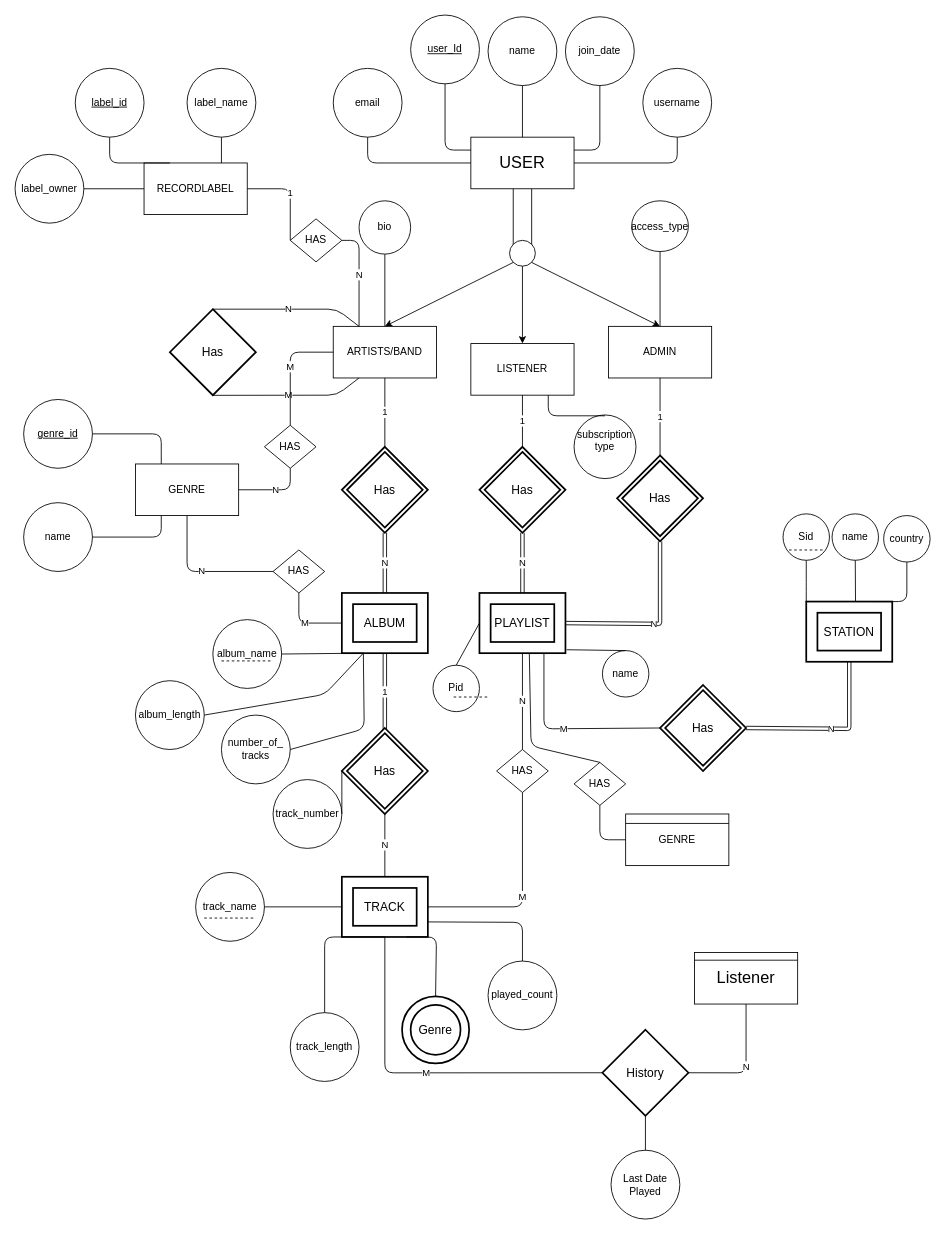
Before: Untitled Diagram.drawio in Arianshh/Music_Database, a draw.io diagram. Source tidied: cells renumbered, new cells numbered last; positions are measured from the earlier drawing's top-left corner, leaving out a move shared by most shapes. Both pictures are drawn from the tidied source at 86%, with x=0, y=0 at pixel (15, 15).
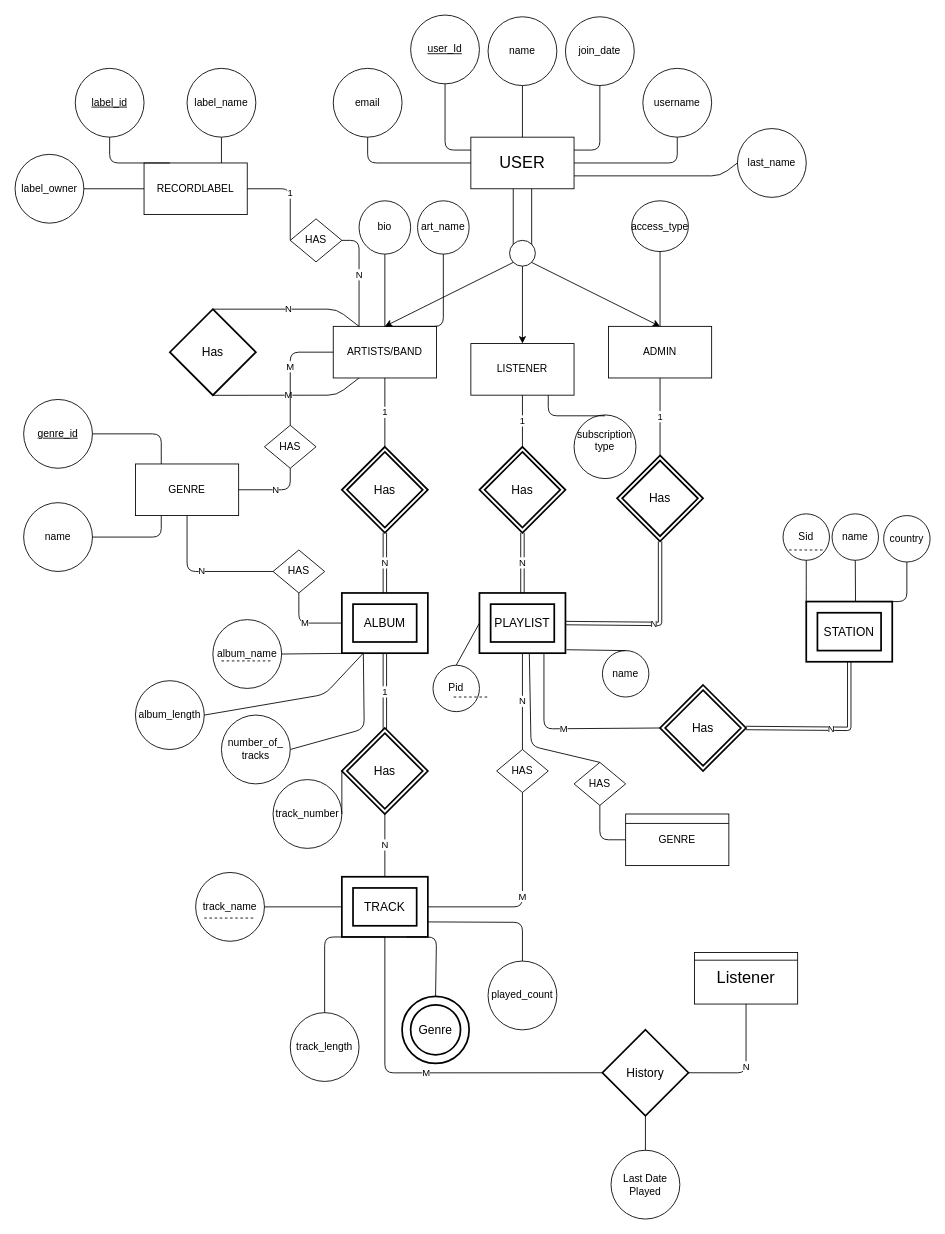
The same diagram, later.

The change refers to these unchanged cells:
```xml
<mxCell id="2" value="&lt;font style=&quot;font-size: 19px&quot;&gt;USER&lt;/font&gt;" style="rounded=0;whiteSpace=wrap;html=1;" parent="1" vertex="1">
  <mxGeometry x="530" y="142" width="120" height="60" as="geometry" />
</mxCell>
<mxCell id="8" value="ARTISTS/BAND" style="rounded=0;whiteSpace=wrap;html=1;" parent="1" vertex="1">
  <mxGeometry x="370" y="362" width="120" height="60" as="geometry" />
</mxCell>
```

The edit, as a diff of the source:
```diff
@@
+    <mxCell id="115" value="last_name&lt;br&gt;" style="ellipse;whiteSpace=wrap;html=1;" parent="1" vertex="1">
+      <mxGeometry x="840" y="132" width="80" height="80" as="geometry" />
+    </mxCell>
+    <mxCell id="116" style="endArrow=none;html=1;entryX=0;entryY=0.5;entryDx=0;entryDy=0;exitX=1;exitY=0.75;exitDx=0;exitDy=0;" parent="1" edge="1" source="2" target="115">
+      <mxGeometry relative="1" as="geometry">
+        <Array as="points">
+          <mxPoint x="820" y="187" />
+        </Array>
+      </mxGeometry>
+    </mxCell>
+    <mxCell id="117" value="art_name&lt;br&gt;" style="ellipse;whiteSpace=wrap;html=1;" parent="1" vertex="1">
+      <mxGeometry x="468" y="216" width="60" height="62" as="geometry" />
+    </mxCell>
+    <mxCell id="118" style="endArrow=none;html=1;entryX=0.5;entryY=1;entryDx=0;entryDy=0;exitX=0.5;exitY=0;exitDx=0;exitDy=0;" parent="1" edge="1" source="8" target="117">
+      <mxGeometry relative="1" as="geometry">
+        <Array as="points">
+          <mxPoint x="498" y="362" />
+        </Array>
+      </mxGeometry>
+    </mxCell>
```
